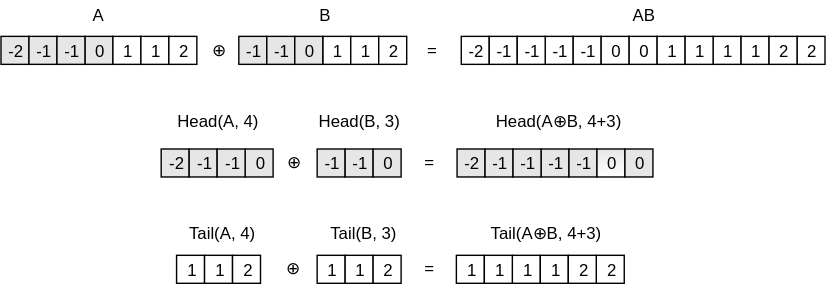
The draw.io diagram assets/images/median-two-sorted-arrays-fig-1a.svg in baites/baites.github.io, before a commit. Source tidied: cells renumbered, new cells last; positions are measured from the earlier drawing's top-left corner, leaving out a move shared by most shapes.
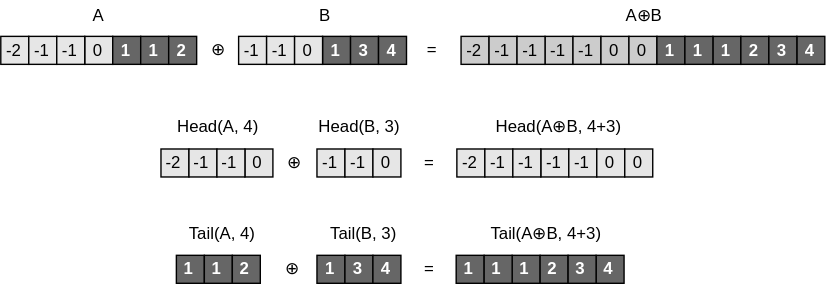
Above is the later version.

Commit message:
Working DX commentsts, missing DX version of lemma proof.

What changed in the source:
```diff
@@ -11,13 +11,13 @@
     <mxCell id="4" style="group;fillColor=#FFFFFF;" parent="2" vertex="1">
       <mxGeometry x="2.5" y="26" width="60" height="20" as="geometry" />
     </mxCell>
-    <mxCell id="5" value="1" style="whiteSpace=wrap;html=1;fillColor=#FFFFFF;" parent="4" vertex="1">
+    <mxCell id="5" value="1" style="whiteSpace=wrap;html=1;fillColor=#666666;fontColor=#FFFFFF;fontStyle=1;" parent="4" vertex="1">
       <mxGeometry width="20" height="20" as="geometry" />
     </mxCell>
-    <mxCell id="6" value="1" style="whiteSpace=wrap;html=1;fillColor=#FFFFFF;" parent="4" vertex="1">
+    <mxCell id="6" value="&lt;b&gt;1&lt;/b&gt;" style="whiteSpace=wrap;html=1;fillColor=#666666;fontColor=#FFFFFF;" parent="4" vertex="1">
       <mxGeometry x="20" width="20" height="20" as="geometry" />
     </mxCell>
-    <mxCell id="7" value="2" style="whiteSpace=wrap;html=1;fillColor=#FFFFFF;" parent="4" vertex="1">
+    <mxCell id="7" value="2" style="whiteSpace=wrap;html=1;fillColor=#666666;fontColor=#FFFFFF;fontStyle=1;" parent="4" vertex="1">
       <mxGeometry x="40" width="20" height="20" as="geometry" />
     </mxCell>
     <mxCell id="8" value="⊕" style="text;html=1;align=left;verticalAlign=top;spacingTop=-4;" parent="2" vertex="1">
@@ -26,13 +26,13 @@
     <mxCell id="9" style="group;fillColor=#FFFFFF;" parent="2" vertex="1">
       <mxGeometry x="103" y="26" width="60" height="20" as="geometry" />
     </mxCell>
-    <mxCell id="10" value="1" style="whiteSpace=wrap;html=1;fillColor=#FFFFFF;" parent="9" vertex="1">
+    <mxCell id="10" value="1" style="whiteSpace=wrap;html=1;fillColor=#666666;fontColor=#FFFFFF;fontStyle=1;" parent="9" vertex="1">
       <mxGeometry width="20" height="20" as="geometry" />
     </mxCell>
-    <mxCell id="11" value="1" style="whiteSpace=wrap;html=1;fillColor=#FFFFFF;" parent="9" vertex="1">
+    <mxCell id="11" value="3" style="whiteSpace=wrap;html=1;fillColor=#666666;fontColor=#FFFFFF;fontStyle=1;" parent="9" vertex="1">
       <mxGeometry x="20" width="20" height="20" as="geometry" />
     </mxCell>
-    <mxCell id="12" value="2" style="whiteSpace=wrap;html=1;fillColor=#FFFFFF;" parent="9" vertex="1">
+    <mxCell id="12" value="4" style="whiteSpace=wrap;html=1;fillColor=#666666;fontColor=#FFFFFF;fontStyle=1;" parent="9" vertex="1">
       <mxGeometry x="40" width="20" height="20" as="geometry" />
     </mxCell>
     <mxCell id="13" value="Tail(B, 3)" style="text;html=1;strokeColor=none;fillColor=none;align=center;verticalAlign=middle;whiteSpace=wrap;rounded=0;" parent="2" vertex="1">
@@ -44,28 +44,28 @@
     <mxCell id="15" value="=" style="text;html=1;align=left;verticalAlign=top;spacingTop=-4;" parent="2" vertex="1">
       <mxGeometry x="178" y="26" width="20" height="20" as="geometry" />
     </mxCell>
-    <mxCell id="16" style="group;" parent="2" vertex="1">
+    <mxCell id="16" style="group;fillColor=#666666;fontColor=#FFFFFF;fontStyle=1;" parent="2" vertex="1">
       <mxGeometry x="202.5" y="26" width="120" height="20" as="geometry" />
     </mxCell>
-    <mxCell id="17" style="group;fillColor=#FFFFFF;" parent="16" vertex="1">
+    <mxCell id="17" style="group;fillColor=#666666;fontColor=#FFFFFF;fontStyle=1;" parent="16" vertex="1">
       <mxGeometry width="120" height="20" as="geometry" />
     </mxCell>
-    <mxCell id="18" value="2" style="whiteSpace=wrap;html=1;fillColor=#FFFFFF;" parent="17" vertex="1">
+    <mxCell id="18" value="4" style="whiteSpace=wrap;html=1;fillColor=#666666;fontColor=#FFFFFF;fontStyle=1;" parent="17" vertex="1">
       <mxGeometry x="100" width="20" height="20" as="geometry" />
     </mxCell>
-    <mxCell id="19" value="1" style="whiteSpace=wrap;html=1;fillColor=#FFFFFF;" parent="17" vertex="1">
+    <mxCell id="19" value="1" style="whiteSpace=wrap;html=1;fillColor=#666666;fontColor=#FFFFFF;fontStyle=1;" parent="17" vertex="1">
       <mxGeometry width="20" height="20" as="geometry" />
     </mxCell>
-    <mxCell id="20" value="1" style="whiteSpace=wrap;html=1;fillColor=#FFFFFF;" parent="17" vertex="1">
+    <mxCell id="20" value="1" style="whiteSpace=wrap;html=1;fillColor=#666666;fontColor=#FFFFFF;fontStyle=1;" parent="17" vertex="1">
       <mxGeometry x="40" width="20" height="20" as="geometry" />
     </mxCell>
-    <mxCell id="21" value="1" style="whiteSpace=wrap;html=1;fillColor=#FFFFFF;fontStyle=0;" parent="17" vertex="1">
+    <mxCell id="21" value="1" style="whiteSpace=wrap;html=1;fillColor=#666666;fontStyle=1;fontColor=#FFFFFF;" parent="17" vertex="1">
       <mxGeometry x="20" width="20" height="20" as="geometry" />
     </mxCell>
-    <mxCell id="22" value="1" style="whiteSpace=wrap;html=1;fillColor=#FFFFFF;" parent="17" vertex="1">
+    <mxCell id="22" value="2" style="whiteSpace=wrap;html=1;fillColor=#666666;fontColor=#FFFFFF;fontStyle=1;" parent="17" vertex="1">
       <mxGeometry x="60" width="20" height="20" as="geometry" />
     </mxCell>
-    <mxCell id="23" value="2" style="whiteSpace=wrap;html=1;fillColor=#FFFFFF;" parent="17" vertex="1">
+    <mxCell id="23" value="3" style="whiteSpace=wrap;html=1;fillColor=#666666;fontColor=#FFFFFF;fontStyle=1;" parent="17" vertex="1">
       <mxGeometry x="80" width="20" height="20" as="geometry" />
     </mxCell>
     <mxCell id="24" style="group;" parent="1" vertex="1">
@@ -86,13 +86,13 @@
     <mxCell id="29" value="-1" style="whiteSpace=wrap;html=1;fillColor=#E6E6E6;" parent="24" vertex="1">
       <mxGeometry x="40" y="25.5" width="20" height="20" as="geometry" />
     </mxCell>
-    <mxCell id="30" value="1" style="whiteSpace=wrap;html=1;fillColor=#FFFFFF;" parent="24" vertex="1">
+    <mxCell id="30" value="1" style="whiteSpace=wrap;html=1;fillColor=#666666;fontColor=#FFFFFF;fontStyle=1;" parent="24" vertex="1">
       <mxGeometry x="80" y="25.5" width="20" height="20" as="geometry" />
     </mxCell>
-    <mxCell id="31" value="1" style="whiteSpace=wrap;html=1;" parent="24" vertex="1">
+    <mxCell id="31" value="&lt;b&gt;1&lt;/b&gt;" style="whiteSpace=wrap;html=1;fillColor=#666666;fontColor=#FFFFFF;" parent="24" vertex="1">
       <mxGeometry x="100" y="25.5" width="20" height="20" as="geometry" />
     </mxCell>
-    <mxCell id="32" value="2" style="whiteSpace=wrap;html=1;" parent="24" vertex="1">
+    <mxCell id="32" value="2" style="whiteSpace=wrap;html=1;fillColor=#666666;fontColor=#FFFFFF;fontStyle=1;" parent="24" vertex="1">
       <mxGeometry x="120" y="25.5" width="20" height="20" as="geometry" />
     </mxCell>
     <mxCell id="33" style="group;" parent="24" vertex="1">
@@ -107,61 +107,61 @@
     <mxCell id="36" value="-1" style="whiteSpace=wrap;html=1;fillColor=#E6E6E6;" parent="33" vertex="1">
       <mxGeometry x="20" y="25.5" width="20" height="20" as="geometry" />
     </mxCell>
-    <mxCell id="37" value="1" style="whiteSpace=wrap;html=1;fillColor=#FFFFFF;" parent="33" vertex="1">
+    <mxCell id="37" value="1" style="whiteSpace=wrap;html=1;fillColor=#666666;fontColor=#FFFFFF;fontStyle=1;" parent="33" vertex="1">
       <mxGeometry x="60" y="25.5" width="20" height="20" as="geometry" />
     </mxCell>
     <mxCell id="38" value="0" style="whiteSpace=wrap;html=1;fillColor=#E6E6E6;" parent="33" vertex="1">
       <mxGeometry x="40" y="25.5" width="20" height="20" as="geometry" />
     </mxCell>
-    <mxCell id="39" value="1" style="whiteSpace=wrap;html=1;fillColor=#FFFFFF;" parent="33" vertex="1">
+    <mxCell id="39" value="&lt;b&gt;&lt;font color=&quot;#ffffff&quot;&gt;3&lt;/font&gt;&lt;/b&gt;" style="whiteSpace=wrap;html=1;fillColor=#666666;" parent="33" vertex="1">
       <mxGeometry x="80" y="25.5" width="20" height="20" as="geometry" />
     </mxCell>
-    <mxCell id="40" value="2" style="whiteSpace=wrap;html=1;" parent="33" vertex="1">
+    <mxCell id="40" value="4" style="whiteSpace=wrap;html=1;fillColor=#666666;fontColor=#FFFFFF;fontStyle=1;" parent="33" vertex="1">
       <mxGeometry x="100" y="25.5" width="20" height="20" as="geometry" />
     </mxCell>
     <mxCell id="41" value="⊕" style="text;html=1;align=left;verticalAlign=top;spacingTop=-4;" parent="24" vertex="1">
       <mxGeometry x="149" y="25.5" width="30" height="20" as="geometry" />
     </mxCell>
-    <mxCell id="42" value="2" style="whiteSpace=wrap;html=1;" parent="24" vertex="1">
+    <mxCell id="42" value="4" style="whiteSpace=wrap;html=1;fillColor=#666666;fontColor=#FFFFFF;fontStyle=1;" parent="24" vertex="1">
       <mxGeometry x="569" y="25.5" width="20" height="20" as="geometry" />
     </mxCell>
-    <mxCell id="43" value="AB&lt;br&gt;" style="text;html=1;strokeColor=none;fillColor=none;align=center;verticalAlign=middle;whiteSpace=wrap;rounded=0;" parent="24" vertex="1">
+    <mxCell id="43" value="A⊕B&lt;br&gt;" style="text;html=1;strokeColor=none;fillColor=none;align=center;verticalAlign=middle;whiteSpace=wrap;rounded=0;" parent="24" vertex="1">
       <mxGeometry x="439" width="40" height="20" as="geometry" />
     </mxCell>
-    <mxCell id="44" value="-2" style="whiteSpace=wrap;html=1;" parent="24" vertex="1">
+    <mxCell id="44" value="-2" style="whiteSpace=wrap;html=1;fillColor=#CCCCCC;" parent="24" vertex="1">
       <mxGeometry x="329" y="25.5" width="20" height="20" as="geometry" />
     </mxCell>
-    <mxCell id="45" value="-1" style="whiteSpace=wrap;html=1;" parent="24" vertex="1">
+    <mxCell id="45" value="-1" style="whiteSpace=wrap;html=1;fillColor=#CCCCCC;" parent="24" vertex="1">
       <mxGeometry x="349" y="25.5" width="20" height="20" as="geometry" />
     </mxCell>
-    <mxCell id="46" value="-1" style="whiteSpace=wrap;html=1;" parent="24" vertex="1">
+    <mxCell id="46" value="-1" style="whiteSpace=wrap;html=1;fillColor=#CCCCCC;" parent="24" vertex="1">
       <mxGeometry x="389" y="25.5" width="20" height="20" as="geometry" />
     </mxCell>
-    <mxCell id="47" value="-1" style="whiteSpace=wrap;html=1;" parent="24" vertex="1">
+    <mxCell id="47" value="-1" style="whiteSpace=wrap;html=1;fillColor=#CCCCCC;" parent="24" vertex="1">
       <mxGeometry x="369" y="25.5" width="20" height="20" as="geometry" />
     </mxCell>
-    <mxCell id="48" value="-1" style="whiteSpace=wrap;html=1;" parent="24" vertex="1">
+    <mxCell id="48" value="-1" style="whiteSpace=wrap;html=1;fillColor=#CCCCCC;" parent="24" vertex="1">
       <mxGeometry x="409" y="25.5" width="20" height="20" as="geometry" />
     </mxCell>
-    <mxCell id="49" value="&lt;span&gt;0&lt;/span&gt;" style="whiteSpace=wrap;html=1;fillColor=#FFFFFF;gradientColor=#ffffff;fontStyle=0;" parent="24" vertex="1">
+    <mxCell id="49" value="&lt;span&gt;0&lt;/span&gt;" style="whiteSpace=wrap;html=1;fillColor=#CCCCCC;gradientColor=none;fontStyle=0;" parent="24" vertex="1">
       <mxGeometry x="429" y="25.5" width="20" height="20" as="geometry" />
     </mxCell>
-    <mxCell id="50" value="0" style="whiteSpace=wrap;html=1;fillColor=#FFFFFF;fontStyle=0;" parent="24" vertex="1">
+    <mxCell id="50" value="0" style="whiteSpace=wrap;html=1;fillColor=#CCCCCC;fontStyle=0;" parent="24" vertex="1">
       <mxGeometry x="449" y="25.5" width="20" height="20" as="geometry" />
     </mxCell>
-    <mxCell id="51" value="1" style="whiteSpace=wrap;html=1;" parent="24" vertex="1">
+    <mxCell id="51" value="1" style="whiteSpace=wrap;html=1;fillColor=#666666;fontColor=#FFFFFF;fontStyle=1;" parent="24" vertex="1">
       <mxGeometry x="469" y="25.5" width="20" height="20" as="geometry" />
     </mxCell>
-    <mxCell id="52" value="1" style="whiteSpace=wrap;html=1;" parent="24" vertex="1">
+    <mxCell id="52" value="1" style="whiteSpace=wrap;html=1;fillColor=#666666;fontColor=#FFFFFF;fontStyle=1;" parent="24" vertex="1">
       <mxGeometry x="509" y="25.5" width="20" height="20" as="geometry" />
     </mxCell>
-    <mxCell id="53" value="1" style="whiteSpace=wrap;html=1;fillColor=#FFFFFF;fontStyle=0;" parent="24" vertex="1">
+    <mxCell id="53" value="1" style="whiteSpace=wrap;html=1;fillColor=#666666;fontStyle=1;fontColor=#FFFFFF;" parent="24" vertex="1">
       <mxGeometry x="489" y="25.5" width="20" height="20" as="geometry" />
     </mxCell>
-    <mxCell id="54" value="1" style="whiteSpace=wrap;html=1;" parent="24" vertex="1">
+    <mxCell id="54" value="2" style="whiteSpace=wrap;html=1;fillColor=#666666;fontColor=#FFFFFF;fontStyle=1;" parent="24" vertex="1">
       <mxGeometry x="529" y="25.5" width="20" height="20" as="geometry" />
     </mxCell>
-    <mxCell id="55" value="2" style="whiteSpace=wrap;html=1;" parent="24" vertex="1">
+    <mxCell id="55" value="3" style="whiteSpace=wrap;html=1;fillColor=#666666;fontColor=#FFFFFF;fontStyle=1;" parent="24" vertex="1">
       <mxGeometry x="549" y="25.5" width="20" height="20" as="geometry" />
     </mxCell>
     <mxCell id="56" value="=" style="text;html=1;align=left;verticalAlign=top;spacingTop=-4;" parent="24" vertex="1">
@@ -171,7 +171,7 @@
       <mxGeometry x="114.5" y="76" width="360" height="50" as="geometry" />
     </mxCell>
     <mxCell id="58" value="Head(A, 4)" style="text;html=1;strokeColor=none;fillColor=none;align=center;verticalAlign=middle;whiteSpace=wrap;rounded=0;" parent="57" vertex="1">
-      <mxGeometry x="6" width="69" height="20" as="geometry" />
+      <mxGeometry x="6" y="3" width="69" height="20" as="geometry" />
     </mxCell>
     <mxCell id="59" value="-2" style="whiteSpace=wrap;html=1;fillColor=#E6E6E6;" parent="57" vertex="1">
       <mxGeometry y="30" width="20" height="20" as="geometry" />
@@ -186,7 +186,7 @@
       <mxGeometry x="40" y="30" width="20" height="20" as="geometry" />
     </mxCell>
     <mxCell id="63" value="Head(B, 3)" style="text;html=1;strokeColor=none;fillColor=none;align=center;verticalAlign=middle;whiteSpace=wrap;rounded=0;" parent="57" vertex="1">
-      <mxGeometry x="107" width="69" height="20" as="geometry" />
+      <mxGeometry x="107" y="3" width="69" height="20" as="geometry" />
     </mxCell>
     <mxCell id="64" style="group;fillColor=#E6E6E6;" parent="57" vertex="1">
       <mxGeometry x="111.5" y="30" width="60" height="20" as="geometry" />
@@ -204,7 +204,7 @@
       <mxGeometry x="88" y="30" width="30" height="20" as="geometry" />
     </mxCell>
     <mxCell id="69" value="Head(A&lt;span&gt;⊕B&lt;/span&gt;, 4+3)" style="text;html=1;strokeColor=none;fillColor=none;align=center;verticalAlign=middle;whiteSpace=wrap;rounded=0;" parent="57" vertex="1">
-      <mxGeometry x="208" width="152" height="20" as="geometry" />
+      <mxGeometry x="208" y="3" width="152" height="20" as="geometry" />
     </mxCell>
     <mxCell id="70" value="=" style="text;html=1;align=left;verticalAlign=top;spacingTop=-4;" parent="57" vertex="1">
       <mxGeometry x="186.5" y="30" width="20" height="20" as="geometry" />
@@ -227,7 +227,7 @@
     <mxCell id="76" value="-1" style="whiteSpace=wrap;html=1;fillColor=#E6E6E6;" parent="71" vertex="1">
       <mxGeometry x="80" width="20" height="20" as="geometry" />
     </mxCell>
-    <mxCell id="77" value="&lt;span&gt;0&lt;/span&gt;" style="whiteSpace=wrap;html=1;fillColor=#E6E6E6;gradientColor=#ffffff;fontStyle=0;" parent="71" vertex="1">
+    <mxCell id="77" value="&lt;span&gt;0&lt;/span&gt;" style="whiteSpace=wrap;html=1;fillColor=#E6E6E6;gradientColor=none;fontStyle=0;" parent="71" vertex="1">
       <mxGeometry x="100" width="20" height="20" as="geometry" />
     </mxCell>
     <mxCell id="78" value="0" style="whiteSpace=wrap;html=1;fillColor=#E6E6E6;fontStyle=0;" parent="71" vertex="1">
```
